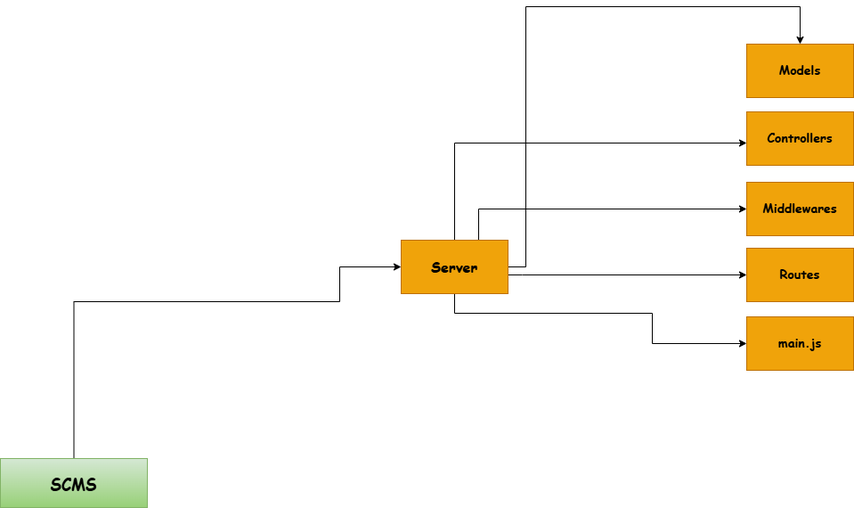
Earlier version of the draw.io export SCMS.drawio.png (Rakhi-web579/collegems). Source tidied: cells renumbered, new cells last; positions are measured from the earlier drawing's top-left corner, leaving out a move shared by most shapes.
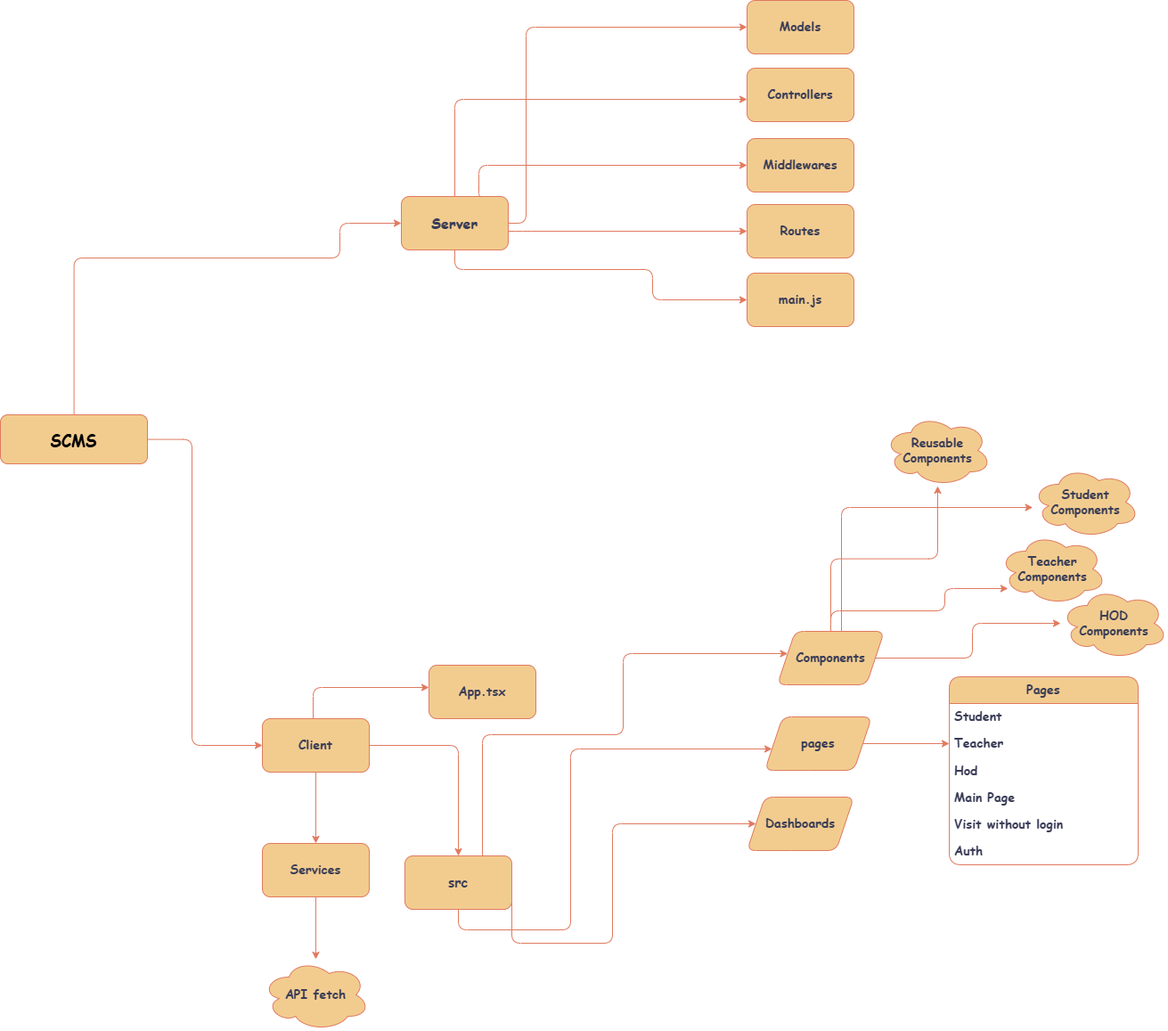
After the commit.

Change to the diagram source:
```diff
@@ -2,7 +2,7 @@
   <root>
     <mxCell id="0" />
     <mxCell id="1" parent="0" />
-    <mxCell id="2" style="edgeStyle=orthogonalEdgeStyle;rounded=0;jettySize=auto;html=1;" parent="1" edge="1" source="3" target="9">
+    <mxCell id="2" style="edgeStyle=orthogonalEdgeStyle;rounded=1;jettySize=auto;html=1;labelBackgroundColor=none;fontColor=default;strokeColor=#E07A5F;" parent="1" edge="1" source="3" target="9">
       <mxGeometry relative="1" as="geometry">
         <Array as="points">
           <mxPoint x="82" y="331" />
@@ -11,26 +11,33 @@
         </Array>
       </mxGeometry>
     </mxCell>
+    <mxCell id="15" style="edgeStyle=orthogonalEdgeStyle;rounded=1;jettySize=auto;html=1;labelBackgroundColor=none;fontColor=default;strokeColor=#E07A5F;" parent="1" edge="1" source="3" target="19">
+      <mxGeometry relative="1" as="geometry">
+        <Array as="points">
+          <mxPoint x="215" y="535" />
+          <mxPoint x="215" y="878" />
+        </Array>
+      </mxGeometry>
+    </mxCell>
-    <mxCell id="3" value="&lt;b&gt;&lt;font style=&quot;font-size: 18px; color: light-dark(rgb(0, 0, 0), rgb(255, 255, 255));&quot; face=&quot;Comic Sans MS&quot;&gt;SCMS&lt;/font&gt;&lt;/b&gt;" style="rounded=0;whiteSpace=wrap;html=1;fillColor=#d5e8d4;gradientColor=#97d077;strokeColor=#82b366;" parent="1" vertex="1">
+    <mxCell id="3" value="&lt;b&gt;&lt;font style=&quot;font-size: 18px; color: light-dark(rgb(0, 0, 0), rgb(255, 255, 255));&quot; face=&quot;Comic Sans MS&quot;&gt;SCMS&lt;/font&gt;&lt;/b&gt;" style="rounded=1;whiteSpace=wrap;html=1;labelBackgroundColor=none;fillColor=#F2CC8F;strokeColor=#E07A5F;fontColor=#393C56;" parent="1" vertex="1">
       <mxGeometry y="507" width="165" height="55" as="geometry" />
     </mxCell>
-    <mxCell id="4" style="edgeStyle=orthogonalEdgeStyle;rounded=0;jettySize=auto;html=1;" parent="1" edge="1" source="9" target="10">
+    <mxCell id="4" style="edgeStyle=orthogonalEdgeStyle;rounded=1;jettySize=auto;html=1;labelBackgroundColor=none;fontColor=default;strokeColor=#E07A5F;" parent="1" edge="1" source="9" target="10">
       <mxGeometry relative="1" as="geometry">
         <Array as="points">
           <mxPoint x="590" y="292" />
-          <mxPoint x="590" />
-          <mxPoint x="898" />
+          <mxPoint x="590" y="72" />
         </Array>
       </mxGeometry>
     </mxCell>
-    <mxCell id="5" style="edgeStyle=orthogonalEdgeStyle;rounded=0;jettySize=auto;html=1;" parent="1" edge="1" source="9" target="11">
+    <mxCell id="5" style="edgeStyle=orthogonalEdgeStyle;rounded=1;jettySize=auto;html=1;labelBackgroundColor=none;fontColor=default;strokeColor=#E07A5F;" parent="1" edge="1" source="9" target="11">
       <mxGeometry relative="1" as="geometry">
         <Array as="points">
           <mxPoint x="510" y="153" />
         </Array>
       </mxGeometry>
     </mxCell>
-    <mxCell id="6" style="edgeStyle=orthogonalEdgeStyle;rounded=0;jettySize=auto;html=1;exitX=0.75;exitY=0;exitDx=0;exitDy=0;" parent="1" edge="1" source="9" target="12">
+    <mxCell id="6" style="edgeStyle=orthogonalEdgeStyle;rounded=1;jettySize=auto;html=1;exitX=0.75;exitY=0;exitDx=0;exitDy=0;labelBackgroundColor=none;fontColor=default;strokeColor=#E07A5F;" parent="1" edge="1" source="9" target="12">
       <mxGeometry relative="1" as="geometry">
         <Array as="points">
           <mxPoint x="537" y="262" />
@@ -38,7 +45,7 @@
         </Array>
       </mxGeometry>
     </mxCell>
-    <mxCell id="7" style="edgeStyle=orthogonalEdgeStyle;rounded=0;jettySize=auto;html=1;" parent="1" edge="1" source="9" target="13">
+    <mxCell id="7" style="edgeStyle=orthogonalEdgeStyle;rounded=1;jettySize=auto;html=1;labelBackgroundColor=none;fontColor=default;strokeColor=#E07A5F;" parent="1" edge="1" source="9" target="13">
       <mxGeometry relative="1" as="geometry">
         <Array as="points">
           <mxPoint x="586" y="301" />
@@ -46,7 +53,7 @@
         </Array>
       </mxGeometry>
     </mxCell>
-    <mxCell id="8" style="edgeStyle=orthogonalEdgeStyle;rounded=0;jettySize=auto;html=1;" parent="1" edge="1" source="9" target="14">
+    <mxCell id="8" style="edgeStyle=orthogonalEdgeStyle;rounded=1;jettySize=auto;html=1;labelBackgroundColor=none;fontColor=default;strokeColor=#E07A5F;" parent="1" edge="1" source="9" target="14">
       <mxGeometry relative="1" as="geometry">
         <Array as="points">
           <mxPoint x="510" y="344" />
@@ -54,23 +61,146 @@
         </Array>
       </mxGeometry>
     </mxCell>
-    <mxCell id="9" value="&lt;b&gt;&lt;font face=&quot;Comic Sans MS&quot; style=&quot;font-size: 16px;&quot;&gt;Server&lt;/font&gt;&lt;/b&gt;" style="whiteSpace=wrap;html=1;fillColor=#f0a30a;strokeColor=#BD7000;fontColor=#000000;rounded=0;" parent="1" vertex="1">
+    <mxCell id="9" value="&lt;b&gt;&lt;font face=&quot;Comic Sans MS&quot; style=&quot;font-size: 16px;&quot;&gt;Server&lt;/font&gt;&lt;/b&gt;" style="whiteSpace=wrap;html=1;rounded=1;labelBackgroundColor=none;fillColor=#F2CC8F;strokeColor=#E07A5F;fontColor=#393C56;" parent="1" vertex="1">
       <mxGeometry x="450" y="262" width="120" height="60" as="geometry" />
     </mxCell>
-    <mxCell id="10" value="&lt;b&gt;&lt;font face=&quot;Comic Sans MS&quot; style=&quot;font-size: 14px;&quot;&gt;Models&lt;/font&gt;&lt;/b&gt;" style="whiteSpace=wrap;html=1;fillColor=#f0a30a;strokeColor=#BD7000;fontColor=#000000;rounded=0;" parent="1" vertex="1">
+    <mxCell id="10" value="&lt;b&gt;&lt;font face=&quot;Comic Sans MS&quot; style=&quot;font-size: 14px;&quot;&gt;Models&lt;/font&gt;&lt;/b&gt;" style="whiteSpace=wrap;html=1;rounded=1;labelBackgroundColor=none;fillColor=#F2CC8F;strokeColor=#E07A5F;fontColor=#393C56;" parent="1" vertex="1">
       <mxGeometry x="838" y="42" width="120" height="60" as="geometry" />
     </mxCell>
-    <mxCell id="11" value="&lt;b&gt;&lt;font style=&quot;font-size: 14px;&quot; face=&quot;Comic Sans MS&quot;&gt;Controllers&lt;/font&gt;&lt;/b&gt;" style="whiteSpace=wrap;html=1;fillColor=#f0a30a;strokeColor=#BD7000;fontColor=#000000;rounded=0;" parent="1" vertex="1">
+    <mxCell id="11" value="&lt;b&gt;&lt;font style=&quot;font-size: 14px;&quot; face=&quot;Comic Sans MS&quot;&gt;Controllers&lt;/font&gt;&lt;/b&gt;" style="whiteSpace=wrap;html=1;rounded=1;labelBackgroundColor=none;fillColor=#F2CC8F;strokeColor=#E07A5F;fontColor=#393C56;" parent="1" vertex="1">
       <mxGeometry x="838" y="118" width="120" height="60" as="geometry" />
     </mxCell>
-    <mxCell id="12" value="&lt;b&gt;&lt;font face=&quot;Comic Sans MS&quot; style=&quot;font-size: 14px;&quot;&gt;Middlewares&lt;/font&gt;&lt;/b&gt;" style="whiteSpace=wrap;html=1;fillColor=#f0a30a;strokeColor=#BD7000;fontColor=#000000;rounded=0;" parent="1" vertex="1">
+    <mxCell id="12" value="&lt;b&gt;&lt;font face=&quot;Comic Sans MS&quot; style=&quot;font-size: 14px;&quot;&gt;Middlewares&lt;/font&gt;&lt;/b&gt;" style="whiteSpace=wrap;html=1;rounded=1;labelBackgroundColor=none;fillColor=#F2CC8F;strokeColor=#E07A5F;fontColor=#393C56;" parent="1" vertex="1">
       <mxGeometry x="838" y="197" width="120" height="60" as="geometry" />
     </mxCell>
-    <mxCell id="13" value="&lt;font face=&quot;Comic Sans MS&quot; style=&quot;font-size: 14px;&quot;&gt;&lt;b&gt;Routes&lt;/b&gt;&lt;/font&gt;" style="whiteSpace=wrap;html=1;fillColor=#f0a30a;strokeColor=#BD7000;fontColor=#000000;rounded=0;" parent="1" vertex="1">
+    <mxCell id="13" value="&lt;font face=&quot;Comic Sans MS&quot; style=&quot;font-size: 14px;&quot;&gt;&lt;b&gt;Routes&lt;/b&gt;&lt;/font&gt;" style="whiteSpace=wrap;html=1;rounded=1;labelBackgroundColor=none;fillColor=#F2CC8F;strokeColor=#E07A5F;fontColor=#393C56;" parent="1" vertex="1">
       <mxGeometry x="838" y="271" width="120" height="60" as="geometry" />
     </mxCell>
-    <mxCell id="14" value="&lt;b&gt;&lt;font face=&quot;Comic Sans MS&quot; style=&quot;font-size: 14px;&quot;&gt;main.js&lt;/font&gt;&lt;/b&gt;" style="whiteSpace=wrap;html=1;fillColor=#f0a30a;strokeColor=#BD7000;fontColor=#000000;rounded=0;" parent="1" vertex="1">
+    <mxCell id="14" value="&lt;b&gt;&lt;font face=&quot;Comic Sans MS&quot; style=&quot;font-size: 14px;&quot;&gt;main.js&lt;/font&gt;&lt;/b&gt;" style="whiteSpace=wrap;html=1;rounded=1;labelBackgroundColor=none;fillColor=#F2CC8F;strokeColor=#E07A5F;fontColor=#393C56;" parent="1" vertex="1">
       <mxGeometry x="838" y="348" width="120" height="60" as="geometry" />
     </mxCell>
+    <mxCell id="16" style="edgeStyle=orthogonalEdgeStyle;rounded=1;jettySize=auto;html=1;labelBackgroundColor=none;fontColor=default;strokeColor=#E07A5F;" parent="1" edge="1" source="19" target="20">
+      <mxGeometry relative="1" as="geometry">
+        <Array as="points">
+          <mxPoint x="351" y="813" />
+        </Array>
+      </mxGeometry>
+    </mxCell>
+    <mxCell id="17" style="edgeStyle=orthogonalEdgeStyle;rounded=1;jettySize=auto;html=1;labelBackgroundColor=none;fontColor=default;strokeColor=#E07A5F;" parent="1" edge="1" source="19" target="24">
+      <mxGeometry relative="1" as="geometry" />
+    </mxCell>
+    <mxCell id="18" style="edgeStyle=orthogonalEdgeStyle;rounded=1;jettySize=auto;html=1;labelBackgroundColor=none;fontColor=default;strokeColor=#E07A5F;" parent="1" edge="1" source="19" target="34">
+      <mxGeometry relative="1" as="geometry" />
+    </mxCell>
+    <mxCell id="19" value="&lt;font face=&quot;Comic Sans MS&quot; style=&quot;font-size: 14px;&quot;&gt;&lt;b&gt;Client&lt;/b&gt;&lt;/font&gt;" style="whiteSpace=wrap;html=1;rounded=1;labelBackgroundColor=none;fillColor=#F2CC8F;strokeColor=#E07A5F;fontColor=#393C56;" parent="1" vertex="1">
+      <mxGeometry x="294" y="848" width="120" height="60" as="geometry" />
+    </mxCell>
+    <mxCell id="20" value="&lt;font face=&quot;Comic Sans MS&quot; style=&quot;font-size: 14px;&quot;&gt;&lt;b&gt;App.tsx&lt;/b&gt;&lt;/font&gt;" style="whiteSpace=wrap;html=1;rounded=1;labelBackgroundColor=none;fillColor=#F2CC8F;strokeColor=#E07A5F;fontColor=#393C56;" parent="1" vertex="1">
+      <mxGeometry x="481" y="788" width="120" height="60" as="geometry" />
+    </mxCell>
+    <mxCell id="21" style="edgeStyle=orthogonalEdgeStyle;rounded=1;jettySize=auto;html=1;labelBackgroundColor=none;fontColor=default;strokeColor=#E07A5F;" parent="1" edge="1" source="24" target="29">
+      <mxGeometry relative="1" as="geometry">
+        <Array as="points">
+          <mxPoint x="541" y="866" />
+          <mxPoint x="699" y="866" />
+          <mxPoint x="699" y="775" />
+        </Array>
+      </mxGeometry>
+    </mxCell>
+    <mxCell id="22" style="edgeStyle=orthogonalEdgeStyle;rounded=1;jettySize=auto;html=1;labelBackgroundColor=none;fontColor=default;strokeColor=#E07A5F;" parent="1" edge="1" source="24" target="31">
+      <mxGeometry relative="1" as="geometry">
+        <Array as="points">
+          <mxPoint x="640" y="1085" />
+          <mxPoint x="640" y="882" />
+        </Array>
+      </mxGeometry>
+    </mxCell>
+    <mxCell id="23" style="edgeStyle=orthogonalEdgeStyle;rounded=1;jettySize=auto;html=1;exitX=1;exitY=0.75;exitDx=0;exitDy=0;labelBackgroundColor=none;fontColor=default;strokeColor=#E07A5F;" parent="1" edge="1" source="24" target="32">
+      <mxGeometry relative="1" as="geometry">
+        <Array as="points">
+          <mxPoint x="687" y="1100" />
+          <mxPoint x="687" y="966" />
+        </Array>
+      </mxGeometry>
+    </mxCell>
+    <mxCell id="24" value="&lt;b&gt;&lt;font face=&quot;Comic Sans MS&quot; style=&quot;font-size: 15px;&quot;&gt;src&lt;/font&gt;&lt;/b&gt;" style="whiteSpace=wrap;html=1;rounded=1;labelBackgroundColor=none;fillColor=#F2CC8F;strokeColor=#E07A5F;fontColor=#393C56;" parent="1" vertex="1">
+      <mxGeometry x="454" y="1002" width="120" height="60" as="geometry" />
+    </mxCell>
+    <mxCell id="25" style="edgeStyle=orthogonalEdgeStyle;rounded=1;jettySize=auto;html=1;labelBackgroundColor=none;fontColor=default;strokeColor=#E07A5F;" parent="1" edge="1" source="29" target="36">
+      <mxGeometry relative="1" as="geometry">
+        <Array as="points">
+          <mxPoint x="944" y="611" />
+        </Array>
+      </mxGeometry>
+    </mxCell>
+    <mxCell id="26" style="edgeStyle=orthogonalEdgeStyle;rounded=1;jettySize=auto;html=1;labelBackgroundColor=none;fontColor=default;strokeColor=#E07A5F;" parent="1" edge="1" source="29" target="37">
+      <mxGeometry relative="1" as="geometry">
+        <Array as="points">
+          <mxPoint x="932" y="727" />
+          <mxPoint x="1060" y="727" />
+          <mxPoint x="1060" y="702" />
+        </Array>
+      </mxGeometry>
+    </mxCell>
+    <mxCell id="27" style="edgeStyle=orthogonalEdgeStyle;rounded=1;jettySize=auto;html=1;labelBackgroundColor=none;fontColor=default;strokeColor=#E07A5F;" parent="1" edge="1" source="29" target="38">
+      <mxGeometry relative="1" as="geometry" />
+    </mxCell>
+    <mxCell id="28" style="edgeStyle=orthogonalEdgeStyle;rounded=1;jettySize=auto;html=1;labelBackgroundColor=none;strokeColor=#E07A5F;fontColor=default;" parent="1" edge="1" source="29" target="39">
+      <mxGeometry relative="1" as="geometry" />
+    </mxCell>
+    <mxCell id="29" value="&lt;font face=&quot;Comic Sans MS&quot; style=&quot;font-size: 14px;&quot;&gt;&lt;b&gt;Components&lt;/b&gt;&lt;/font&gt;" style="shape=parallelogram;perimeter=parallelogramPerimeter;whiteSpace=wrap;html=1;fixedSize=1;rounded=1;labelBackgroundColor=none;fillColor=#F2CC8F;strokeColor=#E07A5F;fontColor=#393C56;" parent="1" vertex="1">
+      <mxGeometry x="872" y="750" width="120" height="60" as="geometry" />
+    </mxCell>
+    <mxCell id="30" style="edgeStyle=orthogonalEdgeStyle;rounded=1;jettySize=auto;html=1;labelBackgroundColor=none;strokeColor=#E07A5F;fontColor=default;" parent="1" edge="1" source="31" target="42">
+      <mxGeometry relative="1" as="geometry" />
+    </mxCell>
+    <mxCell id="31" value="&lt;b&gt;&lt;font face=&quot;Comic Sans MS&quot; style=&quot;font-size: 14px;&quot;&gt;pages&lt;/font&gt;&lt;/b&gt;" style="shape=parallelogram;perimeter=parallelogramPerimeter;whiteSpace=wrap;html=1;fixedSize=1;rounded=1;labelBackgroundColor=none;fillColor=#F2CC8F;strokeColor=#E07A5F;fontColor=#393C56;" parent="1" vertex="1">
+      <mxGeometry x="858" y="846" width="120" height="60" as="geometry" />
+    </mxCell>
+    <mxCell id="32" value="&lt;b&gt;&lt;font face=&quot;Comic Sans MS&quot; style=&quot;font-size: 14px;&quot;&gt;Dashboards&lt;/font&gt;&lt;/b&gt;" style="shape=parallelogram;perimeter=parallelogramPerimeter;whiteSpace=wrap;html=1;fixedSize=1;rounded=1;labelBackgroundColor=none;fillColor=#F2CC8F;strokeColor=#E07A5F;fontColor=#393C56;" parent="1" vertex="1">
+      <mxGeometry x="838" y="936" width="120" height="60" as="geometry" />
+    </mxCell>
+    <mxCell id="33" style="edgeStyle=orthogonalEdgeStyle;rounded=1;jettySize=auto;html=1;labelBackgroundColor=none;fontColor=default;strokeColor=#E07A5F;" parent="1" edge="1" source="34" target="35">
+      <mxGeometry relative="1" as="geometry" />
+    </mxCell>
+    <mxCell id="34" value="&lt;font face=&quot;Comic Sans MS&quot; style=&quot;font-size: 14px;&quot;&gt;&lt;b style=&quot;&quot;&gt;Services&lt;/b&gt;&lt;/font&gt;" style="whiteSpace=wrap;html=1;rounded=1;labelBackgroundColor=none;fillColor=#F2CC8F;strokeColor=#E07A5F;fontColor=#393C56;" parent="1" vertex="1">
+      <mxGeometry x="294" y="988" width="120" height="60" as="geometry" />
+    </mxCell>
+    <mxCell id="35" value="&lt;b&gt;&lt;font face=&quot;Comic Sans MS&quot; style=&quot;font-size: 14px;&quot;&gt;API fetch&lt;/font&gt;&lt;/b&gt;" style="ellipse;shape=cloud;whiteSpace=wrap;html=1;rounded=1;labelBackgroundColor=none;fillColor=#F2CC8F;strokeColor=#E07A5F;fontColor=#393C56;" parent="1" vertex="1">
+      <mxGeometry x="294" y="1118" width="120" height="80" as="geometry" />
+    </mxCell>
+    <mxCell id="36" value="&lt;b&gt;&lt;font face=&quot;Comic Sans MS&quot; style=&quot;font-size: 14px;&quot;&gt;Student&lt;/font&gt;&lt;/b&gt;&lt;div&gt;&lt;b&gt;&lt;font face=&quot;Comic Sans MS&quot; style=&quot;font-size: 14px;&quot;&gt;Components&lt;/font&gt;&lt;/b&gt;&lt;/div&gt;" style="ellipse;shape=cloud;whiteSpace=wrap;html=1;rounded=1;labelBackgroundColor=none;fillColor=#F2CC8F;strokeColor=#E07A5F;fontColor=#393C56;" parent="1" vertex="1">
+      <mxGeometry x="1158" y="565" width="120" height="80" as="geometry" />
+    </mxCell>
+    <mxCell id="37" value="&lt;font face=&quot;Comic Sans MS&quot; style=&quot;font-size: 14px;&quot;&gt;&lt;b style=&quot;&quot;&gt;Teacher&lt;/b&gt;&lt;/font&gt;&lt;div&gt;&lt;font face=&quot;Comic Sans MS&quot; style=&quot;font-size: 14px;&quot;&gt;&lt;b style=&quot;&quot;&gt;Components&lt;/b&gt;&lt;/font&gt;&lt;/div&gt;" style="ellipse;shape=cloud;whiteSpace=wrap;html=1;rounded=1;labelBackgroundColor=none;fillColor=#F2CC8F;strokeColor=#E07A5F;fontColor=#393C56;" parent="1" vertex="1">
+      <mxGeometry x="1121" y="640" width="120" height="80" as="geometry" />
+    </mxCell>
+    <mxCell id="38" value="&lt;b&gt;&lt;font style=&quot;font-size: 14px;&quot; face=&quot;Comic Sans MS&quot;&gt;HOD&lt;/font&gt;&lt;/b&gt;&lt;div&gt;&lt;b&gt;&lt;font style=&quot;font-size: 14px;&quot; face=&quot;Comic Sans MS&quot;&gt;Components&lt;/font&gt;&lt;/b&gt;&lt;/div&gt;" style="ellipse;shape=cloud;whiteSpace=wrap;html=1;rounded=1;labelBackgroundColor=none;fillColor=#F2CC8F;strokeColor=#E07A5F;fontColor=#393C56;" parent="1" vertex="1">
+      <mxGeometry x="1190" y="701" width="120" height="80" as="geometry" />
+    </mxCell>
+    <mxCell id="39" value="&lt;b&gt;&lt;font face=&quot;Comic Sans MS&quot; style=&quot;font-size: 14px;&quot;&gt;Reusable&lt;/font&gt;&lt;/b&gt;&lt;div&gt;&lt;b&gt;&lt;font face=&quot;Comic Sans MS&quot; style=&quot;font-size: 14px;&quot;&gt;Components&lt;/font&gt;&lt;/b&gt;&lt;/div&gt;" style="ellipse;shape=cloud;whiteSpace=wrap;html=1;rounded=1;labelBackgroundColor=none;fillColor=#F2CC8F;strokeColor=#E07A5F;fontColor=#393C56;" parent="1" vertex="1">
+      <mxGeometry x="992" y="507" width="120" height="80" as="geometry" />
+    </mxCell>
+    <mxCell id="40" value="&lt;b&gt;&lt;font face=&quot;Comic Sans MS&quot; style=&quot;font-size: 14px;&quot;&gt;Pages&lt;/font&gt;&lt;/b&gt;" style="swimlane;fontStyle=0;horizontal=1;startSize=30;whiteSpace=wrap;html=1;swimlaneLine=1;rounded=1;shadow=0;glass=0;miterlimit=5;fillColor=#F2CC8F;fontColor=#393C56;strokeColor=#E07A5F;labelBackgroundColor=none;" parent="1" vertex="1">
+      <mxGeometry x="1065" y="801" width="212" height="211" as="geometry" />
+    </mxCell>
+    <mxCell id="41" value="&lt;b&gt;&lt;font face=&quot;Comic Sans MS&quot; style=&quot;font-size: 14px;&quot;&gt;Student&lt;/font&gt;&lt;/b&gt;" style="text;strokeColor=none;fillColor=none;align=left;verticalAlign=middle;spacingLeft=4;spacingRight=4;overflow=hidden;whiteSpace=wrap;html=1;rounded=1;labelBackgroundColor=none;fontColor=#393C56;" parent="40" vertex="1">
+      <mxGeometry y="30" width="212" height="30" as="geometry" />
+    </mxCell>
+    <mxCell id="42" value="&lt;b&gt;&lt;font face=&quot;Comic Sans MS&quot; style=&quot;font-size: 14px;&quot;&gt;Teacher&lt;/font&gt;&lt;/b&gt;" style="text;strokeColor=none;fillColor=none;align=left;verticalAlign=middle;spacingLeft=4;spacingRight=4;overflow=hidden;points=[[0,0.5],[1,0.5]];portConstraint=eastwest;whiteSpace=wrap;html=1;rounded=1;labelBackgroundColor=none;fontColor=#393C56;" parent="40" vertex="1">
+      <mxGeometry y="60" width="212" height="30" as="geometry" />
+    </mxCell>
+    <mxCell id="43" value="&lt;b&gt;&lt;font style=&quot;font-size: 14px;&quot; face=&quot;Comic Sans MS&quot;&gt;Hod&lt;/font&gt;&lt;/b&gt;" style="text;strokeColor=none;fillColor=none;align=left;verticalAlign=middle;spacingLeft=4;spacingRight=4;overflow=hidden;whiteSpace=wrap;html=1;rounded=1;labelBackgroundColor=none;fontColor=#393C56;" parent="40" vertex="1">
+      <mxGeometry y="90" width="212" height="31" as="geometry" />
+    </mxCell>
+    <mxCell id="44" value="&lt;b&gt;&lt;font style=&quot;font-size: 14px;&quot; face=&quot;Comic Sans MS&quot;&gt;Main Page&lt;/font&gt;&lt;/b&gt;" style="text;strokeColor=none;fillColor=none;align=left;verticalAlign=middle;spacingLeft=4;spacingRight=4;overflow=hidden;whiteSpace=wrap;html=1;rounded=1;labelBackgroundColor=none;fontColor=#393C56;" parent="40" vertex="1">
+      <mxGeometry y="121" width="212" height="30" as="geometry" />
+    </mxCell>
+    <mxCell id="45" value="&lt;b&gt;&lt;font face=&quot;Comic Sans MS&quot; style=&quot;font-size: 14px;&quot;&gt;Visit without login&lt;/font&gt;&lt;/b&gt;" style="text;strokeColor=none;fillColor=none;align=left;verticalAlign=middle;spacingLeft=4;spacingRight=4;overflow=hidden;whiteSpace=wrap;html=1;rounded=1;labelBackgroundColor=none;fontColor=#393C56;" parent="40" vertex="1">
+      <mxGeometry y="151" width="212" height="30" as="geometry" />
+    </mxCell>
+    <mxCell id="46" value="&lt;b&gt;&lt;font face=&quot;Comic Sans MS&quot; style=&quot;font-size: 14px;&quot;&gt;Auth&lt;/font&gt;&lt;/b&gt;" style="text;strokeColor=none;fillColor=none;align=left;verticalAlign=middle;spacingLeft=4;spacingRight=4;overflow=hidden;whiteSpace=wrap;html=1;rounded=1;labelBackgroundColor=none;fontColor=#393C56;" parent="40" vertex="1">
+      <mxGeometry y="181" width="212" height="30" as="geometry" />
+    </mxCell>
   </root>
 </mxGraphModel>
```
